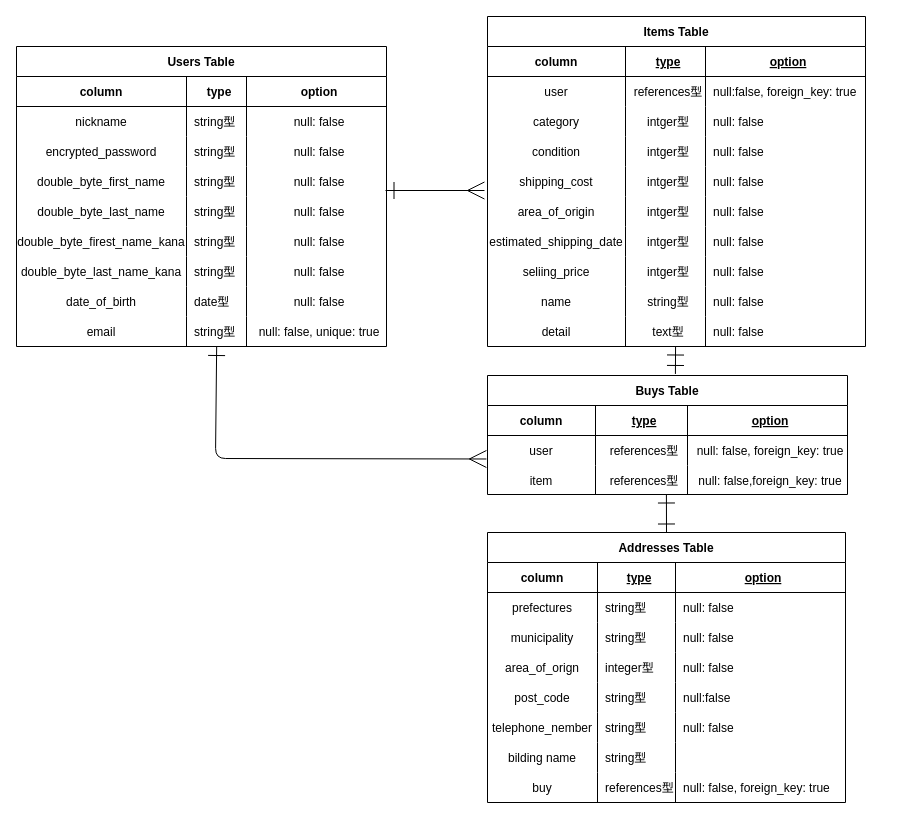
Before: furima.dio in nakamura1984/furima-39124, a draw.io diagram. Source tidied: cells renumbered, new cells numbered last; positions are measured from the earlier drawing's top-left corner, leaving out a move shared by most shapes. Both pictures are drawn from the tidied source at 100%, with x=0, y=0 at pixel (16, 16).
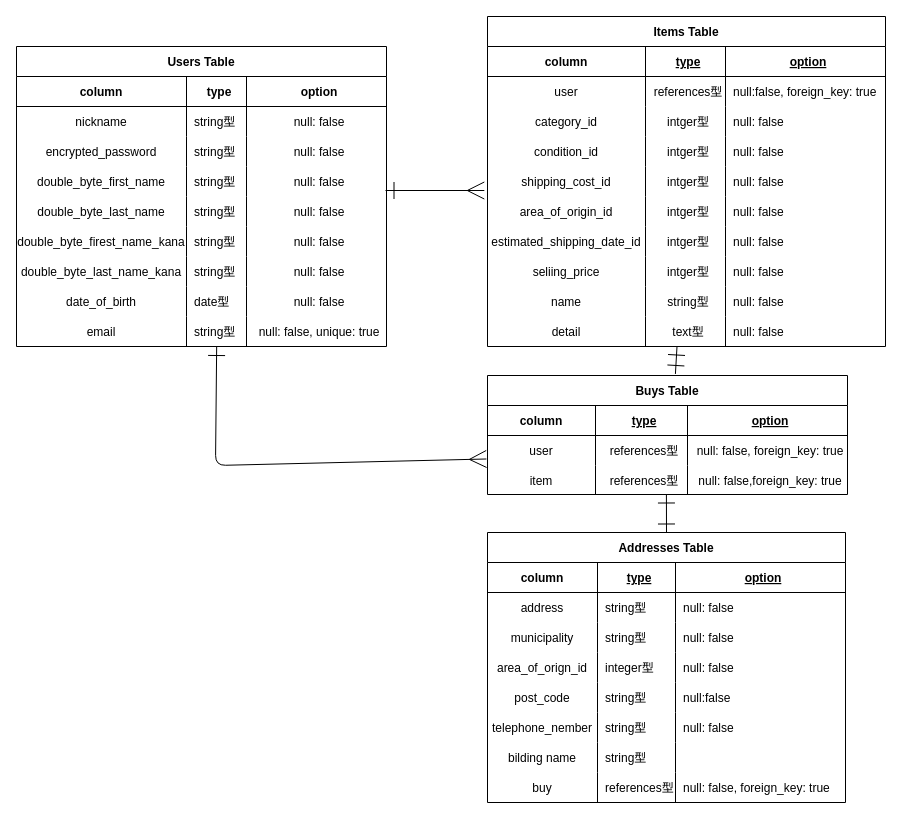
The same page after the edit.

Commit message (it also covers changes not shown here):
修正しました

Unchanged cells that the change refers to:
```xml
<mxCell id="38" style="shape=tableRow;horizontal=0;startSize=0;swimlaneHead=0;swimlaneBody=0;fillColor=none;points=[[0,0.5],[1,0.5]];portConstraint=eastwest;top=0;left=0;right=0;bottom=0;" parent="5" vertex="1">
  <mxGeometry y="270" width="370" height="30" as="geometry" />
</mxCell>
<mxCell id="90" style="shape=tableRow;horizontal=0;startSize=0;swimlaneHead=0;swimlaneBody=0;fillColor=none;points=[[0,0.5],[1,0.5]];portConstraint=eastwest;top=0;left=0;right=0;bottom=0;" parent="85" vertex="1">
  <mxGeometry y="60" width="360" height="30" as="geometry" />
</mxCell>
<mxCell id="103" style="shape=tableRow;horizontal=0;startSize=0;swimlaneHead=0;swimlaneBody=0;fillColor=none;top=0;left=0;right=0;bottom=0;" parent="98" vertex="1">
  <mxGeometry y="60" width="358" height="30" as="geometry" />
</mxCell>
<mxCell id="111" style="shape=tableRow;horizontal=0;startSize=0;swimlaneHead=0;swimlaneBody=0;fillColor=none;top=0;left=0;right=0;bottom=0;" parent="98" vertex="1">
  <mxGeometry y="120" width="358" height="30" as="geometry" />
</mxCell>
```

Diff of the diagram source:
```diff
@@
     <mxCell id="4" style="edgeStyle=none;html=1;entryX=-0.003;entryY=0.783;entryDx=0;entryDy=0;entryPerimeter=0;exitX=0.541;exitY=1.017;exitDx=0;exitDy=0;exitPerimeter=0;startArrow=ERone;startFill=0;endArrow=ERmany;endFill=0;endSize=15;startSize=15;" parent="1" edge="1" source="38" target="90">
       <mxGeometry relative="1" as="geometry">
         <Array as="points">
-          <mxPoint x="199" y="442" />
+          <mxPoint x="199" y="449" />
         </Array>
       </mxGeometry>
     </mxCell>
@@
     <mxCell id="43" value="Items Table" style="shape=table;startSize=30;childLayout=tableLayout;rowLines=0;fontStyle=1;align=center;" parent="1" vertex="1">
-      <mxGeometry x="471" width="378" height="330" as="geometry" />
+      <mxGeometry x="471" width="398" height="330" as="geometry" />
     </mxCell>
     <mxCell id="44" style="shape=tableRow;horizontal=0;startSize=0;swimlaneHead=0;swimlaneBody=0;fillColor=none;top=0;left=0;right=0;bottom=1;" parent="43" vertex="1">
-      <mxGeometry y="30" width="378" height="30" as="geometry" />
+      <mxGeometry y="30" width="398" height="30" as="geometry" />
     </mxCell>
     <mxCell id="45" value="column" style="shape=partialRectangle;fillColor=none;top=0;left=0;bottom=0;right=0;fontStyle=1;overflow=hidden;" parent="44" vertex="1">
-      <mxGeometry width="138" height="30" as="geometry" />
+      <mxGeometry width="158" height="30" as="geometry" />
     </mxCell>
     <mxCell id="46" value="type" style="shape=partialRectangle;fillColor=none;top=0;left=0;bottom=0;right=0;align=center;spacingLeft=6;fontStyle=5;overflow=hidden;" parent="44" vertex="1">
-      <mxGeometry x="138" width="80" height="30" as="geometry" />
+      <mxGeometry x="158" width="80" height="30" as="geometry" />
     </mxCell>
     <mxCell id="47" value="option" style="shape=partialRectangle;fillColor=none;top=0;left=0;bottom=0;right=0;align=center;spacingLeft=6;fontStyle=5;overflow=hidden;" parent="44" vertex="1">
-      <mxGeometry x="218" width="160" height="30" as="geometry" />
+      <mxGeometry x="238" width="160" height="30" as="geometry" />
     </mxCell>
     <mxCell id="48" style="shape=tableRow;horizontal=0;startSize=0;swimlaneHead=0;swimlaneBody=0;fillColor=none;top=0;left=0;right=0;bottom=0;" parent="43" vertex="1">
-      <mxGeometry y="60" width="378" height="30" as="geometry" />
+      <mxGeometry y="60" width="398" height="30" as="geometry" />
     </mxCell>
     <mxCell id="49" value="user" style="shape=partialRectangle;fillColor=none;top=0;left=0;bottom=0;right=0;overflow=hidden;" parent="48" vertex="1">
-      <mxGeometry width="138" height="30" as="geometry" />
+      <mxGeometry width="158" height="30" as="geometry" />
     </mxCell>
     <mxCell id="50" value="references型" style="shape=partialRectangle;fillColor=none;top=0;left=0;bottom=0;right=0;align=center;spacingLeft=6;overflow=hidden;" parent="48" vertex="1">
-      <mxGeometry x="138" width="80" height="30" as="geometry" />
+      <mxGeometry x="158" width="80" height="30" as="geometry" />
     </mxCell>
     <mxCell id="51" value="null:false, foreign_key: true" style="shape=partialRectangle;fillColor=none;top=0;left=0;bottom=0;right=0;align=left;spacingLeft=6;overflow=hidden;" parent="48" vertex="1">
-      <mxGeometry x="218" width="160" height="30" as="geometry" />
+      <mxGeometry x="238" width="160" height="30" as="geometry" />
     </mxCell>
     <mxCell id="52" style="shape=tableRow;horizontal=0;startSize=0;swimlaneHead=0;swimlaneBody=0;fillColor=none;top=0;left=0;right=0;bottom=0;" parent="43" vertex="1">
-      <mxGeometry y="90" width="378" height="30" as="geometry" />
+      <mxGeometry y="90" width="398" height="30" as="geometry" />
     </mxCell>
-    <mxCell id="53" value="category" style="shape=partialRectangle;fillColor=none;top=0;left=0;bottom=0;right=0;overflow=hidden;" parent="52" vertex="1">
-      <mxGeometry width="138" height="30" as="geometry" />
+    <mxCell id="53" value="category_id" style="shape=partialRectangle;fillColor=none;top=0;left=0;bottom=0;right=0;overflow=hidden;" parent="52" vertex="1">
+      <mxGeometry width="158" height="30" as="geometry" />
     </mxCell>
     <mxCell id="54" value="intger型" style="shape=partialRectangle;fillColor=none;top=0;left=0;bottom=0;right=0;align=center;spacingLeft=6;overflow=hidden;" parent="52" vertex="1">
-      <mxGeometry x="138" width="80" height="30" as="geometry" />
+      <mxGeometry x="158" width="80" height="30" as="geometry" />
     </mxCell>
     <mxCell id="55" value="null: false" style="shape=partialRectangle;fillColor=none;top=0;left=0;bottom=0;right=0;align=left;spacingLeft=6;overflow=hidden;" parent="52" vertex="1">
-      <mxGeometry x="218" width="160" height="30" as="geometry" />
+      <mxGeometry x="238" width="160" height="30" as="geometry" />
     </mxCell>
     <mxCell id="56" style="shape=tableRow;horizontal=0;startSize=0;swimlaneHead=0;swimlaneBody=0;fillColor=none;top=0;left=0;right=0;bottom=0;" parent="43" vertex="1">
-      <mxGeometry y="120" width="378" height="30" as="geometry" />
+      <mxGeometry y="120" width="398" height="30" as="geometry" />
     </mxCell>
-    <mxCell id="57" value="condition" style="shape=partialRectangle;fillColor=none;top=0;left=0;bottom=0;right=0;overflow=hidden;" parent="56" vertex="1">
-      <mxGeometry width="138" height="30" as="geometry" />
+    <mxCell id="57" value="condition_id" style="shape=partialRectangle;fillColor=none;top=0;left=0;bottom=0;right=0;overflow=hidden;" parent="56" vertex="1">
+      <mxGeometry width="158" height="30" as="geometry" />
     </mxCell>
     <mxCell id="58" value="intger型" style="shape=partialRectangle;fillColor=none;top=0;left=0;bottom=0;right=0;align=center;spacingLeft=6;overflow=hidden;" parent="56" vertex="1">
-      <mxGeometry x="138" width="80" height="30" as="geometry" />
+      <mxGeometry x="158" width="80" height="30" as="geometry" />
     </mxCell>
     <mxCell id="59" value="null: false" style="shape=partialRectangle;fillColor=none;top=0;left=0;bottom=0;right=0;align=left;spacingLeft=6;overflow=hidden;" parent="56" vertex="1">
-      <mxGeometry x="218" width="160" height="30" as="geometry" />
+      <mxGeometry x="238" width="160" height="30" as="geometry" />
     </mxCell>
     <mxCell id="60" style="shape=tableRow;horizontal=0;startSize=0;swimlaneHead=0;swimlaneBody=0;fillColor=none;points=[[0,0.5],[1,0.5]];portConstraint=eastwest;top=0;left=0;right=0;bottom=0;" parent="43" vertex="1">
-      <mxGeometry y="150" width="378" height="30" as="geometry" />
+      <mxGeometry y="150" width="398" height="30" as="geometry" />
     </mxCell>
-    <mxCell id="61" value="shipping_cost" style="shape=partialRectangle;fillColor=none;top=0;left=0;bottom=0;right=0;overflow=hidden;" parent="60" vertex="1">
-      <mxGeometry width="138" height="30" as="geometry" />
+    <mxCell id="61" value="shipping_cost_id" style="shape=partialRectangle;fillColor=none;top=0;left=0;bottom=0;right=0;overflow=hidden;" parent="60" vertex="1">
+      <mxGeometry width="158" height="30" as="geometry" />
     </mxCell>
     <mxCell id="62" value="intger型" style="shape=partialRectangle;fillColor=none;top=0;left=0;bottom=0;right=0;align=center;spacingLeft=6;overflow=hidden;" parent="60" vertex="1">
-      <mxGeometry x="138" width="80" height="30" as="geometry" />
+      <mxGeometry x="158" width="80" height="30" as="geometry" />
     </mxCell>
     <mxCell id="63" value="null: false" style="shape=partialRectangle;fillColor=none;top=0;left=0;bottom=0;right=0;align=left;spacingLeft=6;overflow=hidden;" parent="60" vertex="1">
-      <mxGeometry x="218" width="160" height="30" as="geometry" />
+      <mxGeometry x="238" width="160" height="30" as="geometry" />
     </mxCell>
     <mxCell id="64" style="shape=tableRow;horizontal=0;startSize=0;swimlaneHead=0;swimlaneBody=0;fillColor=none;top=0;left=0;right=0;bottom=0;" parent="43" vertex="1">
-      <mxGeometry y="180" width="378" height="30" as="geometry" />
+      <mxGeometry y="180" width="398" height="30" as="geometry" />
     </mxCell>
-    <mxCell id="65" value="area_of_origin" style="shape=partialRectangle;fillColor=none;top=0;left=0;bottom=0;right=0;overflow=hidden;" parent="64" vertex="1">
-      <mxGeometry width="138" height="30" as="geometry" />
+    <mxCell id="65" value="area_of_origin_id" style="shape=partialRectangle;fillColor=none;top=0;left=0;bottom=0;right=0;overflow=hidden;" parent="64" vertex="1">
+      <mxGeometry width="158" height="30" as="geometry" />
     </mxCell>
     <mxCell id="66" value="intger型" style="shape=partialRectangle;fillColor=none;top=0;left=0;bottom=0;right=0;align=center;spacingLeft=6;overflow=hidden;" parent="64" vertex="1">
-      <mxGeometry x="138" width="80" height="30" as="geometry" />
+      <mxGeometry x="158" width="80" height="30" as="geometry" />
     </mxCell>
     <mxCell id="67" value="null: false" style="shape=partialRectangle;fillColor=none;top=0;left=0;bottom=0;right=0;align=left;spacingLeft=6;overflow=hidden;" parent="64" vertex="1">
-      <mxGeometry x="218" width="160" height="30" as="geometry" />
+      <mxGeometry x="238" width="160" height="30" as="geometry" />
     </mxCell>
     <mxCell id="68" style="shape=tableRow;horizontal=0;startSize=0;swimlaneHead=0;swimlaneBody=0;fillColor=none;top=0;left=0;right=0;bottom=0;" parent="43" vertex="1">
-      <mxGeometry y="210" width="378" height="30" as="geometry" />
+      <mxGeometry y="210" width="398" height="30" as="geometry" />
     </mxCell>
-    <mxCell id="69" value="estimated_shipping_date" style="shape=partialRectangle;fillColor=none;top=0;left=0;bottom=0;right=0;overflow=hidden;" parent="68" vertex="1">
-      <mxGeometry width="138" height="30" as="geometry" />
+    <mxCell id="69" value="estimated_shipping_date_id" style="shape=partialRectangle;fillColor=none;top=0;left=0;bottom=0;right=0;overflow=hidden;" parent="68" vertex="1">
+      <mxGeometry width="158" height="30" as="geometry" />
     </mxCell>
     <mxCell id="70" value="intger型" style="shape=partialRectangle;fillColor=none;top=0;left=0;bottom=0;right=0;align=center;spacingLeft=6;overflow=hidden;" parent="68" vertex="1">
-      <mxGeometry x="138" width="80" height="30" as="geometry" />
+      <mxGeometry x="158" width="80" height="30" as="geometry" />
     </mxCell>
     <mxCell id="71" value="null: false" style="shape=partialRectangle;fillColor=none;top=0;left=0;bottom=0;right=0;align=left;spacingLeft=6;overflow=hidden;" parent="68" vertex="1">
-      <mxGeometry x="218" width="160" height="30" as="geometry" />
+      <mxGeometry x="238" width="160" height="30" as="geometry" />
     </mxCell>
     <mxCell id="72" style="shape=tableRow;horizontal=0;startSize=0;swimlaneHead=0;swimlaneBody=0;fillColor=none;top=0;left=0;right=0;bottom=0;" parent="43" vertex="1">
-      <mxGeometry y="240" width="378" height="30" as="geometry" />
+      <mxGeometry y="240" width="398" height="30" as="geometry" />
     </mxCell>
     <mxCell id="73" value="seliing_price" style="shape=partialRectangle;fillColor=none;top=0;left=0;bottom=0;right=0;overflow=hidden;" parent="72" vertex="1">
-      <mxGeometry width="138" height="30" as="geometry" />
+      <mxGeometry width="158" height="30" as="geometry" />
     </mxCell>
     <mxCell id="74" value="intger型" style="shape=partialRectangle;fillColor=none;top=0;left=0;bottom=0;right=0;align=center;spacingLeft=6;overflow=hidden;" parent="72" vertex="1">
-      <mxGeometry x="138" width="80" height="30" as="geometry" />
+      <mxGeometry x="158" width="80" height="30" as="geometry" />
     </mxCell>
     <mxCell id="75" value="null: false" style="shape=partialRectangle;fillColor=none;top=0;left=0;bottom=0;right=0;align=left;spacingLeft=6;overflow=hidden;" parent="72" vertex="1">
-      <mxGeometry x="218" width="160" height="30" as="geometry" />
+      <mxGeometry x="238" width="160" height="30" as="geometry" />
     </mxCell>
     <mxCell id="76" style="shape=tableRow;horizontal=0;startSize=0;swimlaneHead=0;swimlaneBody=0;fillColor=none;top=0;left=0;right=0;bottom=0;" parent="43" vertex="1">
-      <mxGeometry y="270" width="378" height="30" as="geometry" />
+      <mxGeometry y="270" width="398" height="30" as="geometry" />
     </mxCell>
     <mxCell id="77" value="name" style="shape=partialRectangle;fillColor=none;top=0;left=0;bottom=0;right=0;overflow=hidden;" parent="76" vertex="1">
-      <mxGeometry width="138" height="30" as="geometry" />
+      <mxGeometry width="158" height="30" as="geometry" />
     </mxCell>
     <mxCell id="78" value="string型" style="shape=partialRectangle;fillColor=none;top=0;left=0;bottom=0;right=0;align=center;spacingLeft=6;overflow=hidden;" parent="76" vertex="1">
-      <mxGeometry x="138" width="80" height="30" as="geometry" />
+      <mxGeometry x="158" width="80" height="30" as="geometry" />
     </mxCell>
     <mxCell id="79" value="null: false" style="shape=partialRectangle;fillColor=none;top=0;left=0;bottom=0;right=0;align=left;spacingLeft=6;overflow=hidden;" parent="76" vertex="1">
-      <mxGeometry x="218" width="160" height="30" as="geometry" />
+      <mxGeometry x="238" width="160" height="30" as="geometry" />
     </mxCell>
     <mxCell id="80" style="shape=tableRow;horizontal=0;startSize=0;swimlaneHead=0;swimlaneBody=0;fillColor=none;top=0;left=0;right=0;bottom=0;" parent="43" vertex="1">
-      <mxGeometry y="300" width="378" height="30" as="geometry" />
+      <mxGeometry y="300" width="398" height="30" as="geometry" />
     </mxCell>
     <mxCell id="81" value="detail" style="shape=partialRectangle;fillColor=none;top=0;left=0;bottom=0;right=0;overflow=hidden;" parent="80" vertex="1">
-      <mxGeometry width="138" height="30" as="geometry" />
+      <mxGeometry width="158" height="30" as="geometry" />
     </mxCell>
     <mxCell id="82" value="text型" style="shape=partialRectangle;fillColor=none;top=0;left=0;bottom=0;right=0;align=center;spacingLeft=6;overflow=hidden;" parent="80" vertex="1">
-      <mxGeometry x="138" width="80" height="30" as="geometry" />
+      <mxGeometry x="158" width="80" height="30" as="geometry" />
     </mxCell>
     <mxCell id="83" value="null: false" style="shape=partialRectangle;fillColor=none;top=0;left=0;bottom=0;right=0;align=left;spacingLeft=6;overflow=hidden;" parent="80" vertex="1">
-      <mxGeometry x="218" width="160" height="30" as="geometry" />
+      <mxGeometry x="238" width="160" height="30" as="geometry" />
     </mxCell>
@@
-    <mxCell id="104" value="prefectures" style="shape=partialRectangle;fillColor=none;top=0;left=0;bottom=0;right=0;overflow=hidden;" parent="103" vertex="1">
+    <mxCell id="104" value="address" style="shape=partialRectangle;fillColor=none;top=0;left=0;bottom=0;right=0;overflow=hidden;" parent="103" vertex="1">
       <mxGeometry width="110" height="30" as="geometry" />
     </mxCell>
@@
-    <mxCell id="112" value="area_of_orign" style="shape=partialRectangle;fillColor=none;top=0;left=0;bottom=0;right=0;overflow=hidden;" parent="111" vertex="1">
+    <mxCell id="112" value="area_of_orign_id" style="shape=partialRectangle;fillColor=none;top=0;left=0;bottom=0;right=0;overflow=hidden;" parent="111" vertex="1">
       <mxGeometry width="110" height="30" as="geometry" />
     </mxCell>
```
